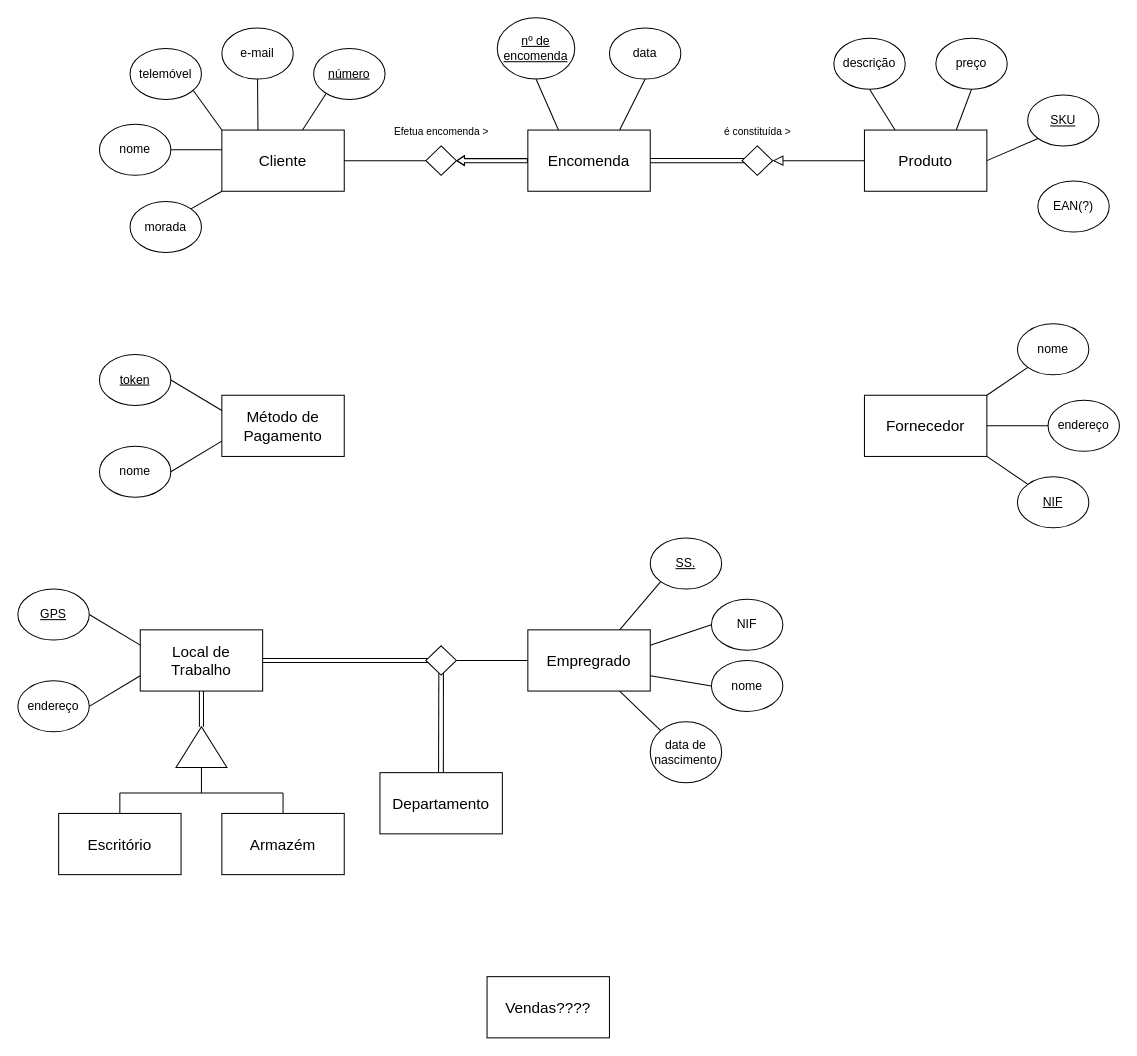
This is Diagrama sem nome.drawio from GreenMemory16/BD-2022-2023, a draw.io file, before an edit. Source tidied: cells renumbered, new cells numbered last; positions are measured from the earlier drawing's top-left corner, leaving out a move shared by most shapes. Both pictures are drawn from the tidied source at 102%, with x=0, y=0 at pixel (17, 17).
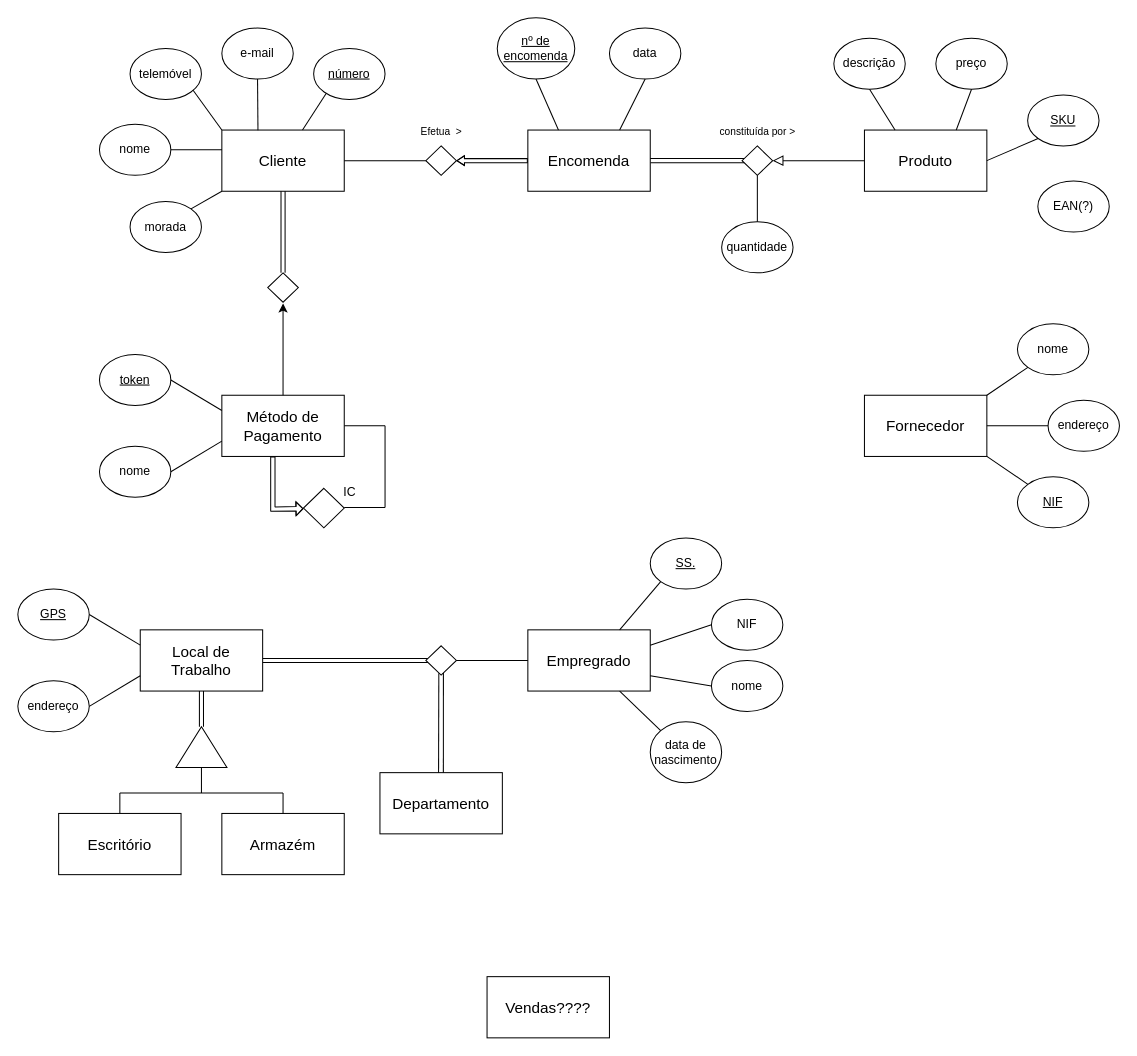
The same diagram, later.

Commit message:
quantidade de produto and typo

Unchanged cells that the change refers to:
```xml
<mxCell id="2" value="&lt;font style=&quot;font-size: 15px;&quot;&gt;Cliente&lt;/font&gt;" style="rounded=0;whiteSpace=wrap;html=1;" parent="1" vertex="1">
  <mxGeometry x="200" y="110" width="120" height="60" as="geometry" />
</mxCell>
<mxCell id="21" style="rhombus;whiteSpace=wrap;html=1;" parent="1" vertex="1">
  <mxGeometry x="710" y="125.6" width="30" height="28.8" as="geometry" />
</mxCell>
<mxCell id="36" value="&lt;font style=&quot;font-size: 15px;&quot;&gt;Método de Pagamento&lt;/font&gt;" style="rounded=0;whiteSpace=wrap;html=1;" parent="1" vertex="1">
  <mxGeometry x="200" y="370" width="120" height="60" as="geometry" />
</mxCell>
```

The edit, as a diff of the source:
```diff
@@
-    <mxCell id="33" value="&lt;font style=&quot;font-size: 10px;&quot;&gt;Efetua encomenda &amp;gt;&lt;/font&gt;" style="text;html=1;align=center;verticalAlign=middle;strokeColor=none;fillColor=none;" parent="1" vertex="1">
-      <mxGeometry x="355" y="95.6" width="120" height="30" as="geometry" />
+    <mxCell id="33" value="&lt;font style=&quot;font-size: 10px;&quot;&gt;Efetua&amp;nbsp; &amp;gt;&lt;/font&gt;" style="text;html=1;align=center;verticalAlign=middle;strokeColor=none;fillColor=none;" parent="1" vertex="1">
+      <mxGeometry x="380" y="95.6" width="70" height="30" as="geometry" />
     </mxCell>
-    <mxCell id="34" value="&lt;font style=&quot;font-size: 10px;&quot;&gt;é constituída &amp;gt;&lt;/font&gt;" style="text;html=1;align=center;verticalAlign=middle;strokeColor=none;fillColor=none;" parent="1" vertex="1">
-      <mxGeometry x="680" y="95.6" width="90" height="30" as="geometry" />
+    <mxCell id="34" value="&lt;font style=&quot;font-size: 10px;&quot;&gt;constituída por &amp;gt;&lt;/font&gt;" style="text;html=1;align=center;verticalAlign=middle;strokeColor=none;fillColor=none;" parent="1" vertex="1">
+      <mxGeometry x="675" y="95.6" width="100" height="30" as="geometry" />
     </mxCell>
@@
+    <mxCell id="77" style="rhombus;whiteSpace=wrap;html=1;" parent="1" vertex="1">
+      <mxGeometry x="245" y="250" width="30" height="28.8" as="geometry" />
+    </mxCell>
+    <mxCell id="78" style="shape=link;html=1;rounded=0;exitX=0.5;exitY=0;exitDx=0;exitDy=0;entryX=0.5;entryY=1;entryDx=0;entryDy=0;" parent="1" edge="1" source="77" target="2">
+      <mxGeometry relative="1" as="geometry" />
+    </mxCell>
+    <mxCell id="79" style="endArrow=classic;html=1;rounded=0;exitX=0.5;exitY=0;exitDx=0;exitDy=0;" parent="1" edge="1" source="36">
+      <mxGeometry relative="1" as="geometry">
+        <mxPoint x="260" y="280" as="targetPoint" />
+      </mxGeometry>
+    </mxCell>
+    <mxCell id="80" style="endArrow=none;html=1;rounded=0;" parent="1" edge="1">
+      <mxGeometry relative="1" as="geometry">
+        <mxPoint x="320" y="400" as="sourcePoint" />
+        <mxPoint x="360" y="400" as="targetPoint" />
+      </mxGeometry>
+    </mxCell>
+    <mxCell id="81" style="endArrow=none;html=1;rounded=0;" parent="1" edge="1">
+      <mxGeometry relative="1" as="geometry">
+        <mxPoint x="360" y="480" as="sourcePoint" />
+        <mxPoint x="360" y="400" as="targetPoint" />
+      </mxGeometry>
+    </mxCell>
+    <mxCell id="82" style="endArrow=none;html=1;rounded=0;" parent="1" edge="1">
+      <mxGeometry relative="1" as="geometry">
+        <mxPoint x="320" y="480" as="sourcePoint" />
+        <mxPoint x="360" y="480" as="targetPoint" />
+      </mxGeometry>
+    </mxCell>
+    <mxCell id="83" style="rhombus;whiteSpace=wrap;html=1;" parent="1" vertex="1">
+      <mxGeometry x="280" y="461.2" width="40" height="38.8" as="geometry" />
+    </mxCell>
+    <mxCell id="84" style="shape=flexArrow;endArrow=classic;html=1;rounded=0;width=4.230769230769231;endSize=1.9365384615384615;endWidth=8.41715976331361;" parent="1" edge="1">
+      <mxGeometry relative="1" as="geometry">
+        <mxPoint x="250" y="430" as="sourcePoint" />
+        <mxPoint x="280" y="481.2" as="targetPoint" />
+        <Array as="points">
+          <mxPoint x="250" y="470" />
+          <mxPoint x="250" y="481.6" />
+        </Array>
+      </mxGeometry>
+    </mxCell>
+    <mxCell id="85" value="IC" style="text;html=1;align=center;verticalAlign=middle;strokeColor=none;fillColor=none;" parent="1" vertex="1">
+      <mxGeometry x="305" y="450" width="40" height="30" as="geometry" />
+    </mxCell>
+    <mxCell id="86" value="quantidade" style="ellipse;whiteSpace=wrap;html=1;" parent="1" vertex="1">
+      <mxGeometry x="690" y="200" width="70" height="50" as="geometry" />
+    </mxCell>
+    <mxCell id="87" style="endArrow=none;html=1;rounded=0;entryX=0.5;entryY=1;entryDx=0;entryDy=0;exitX=0.5;exitY=0;exitDx=0;exitDy=0;" parent="1" edge="1" source="86" target="21">
+      <mxGeometry relative="1" as="geometry" />
+    </mxCell>
```
